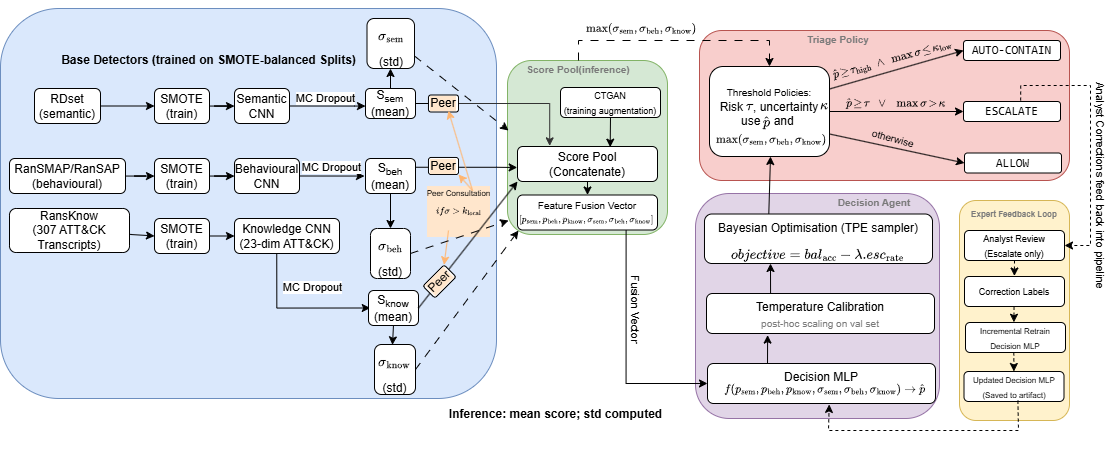
The draw.io diagram TIFS3_Submission/Figures/fig0_pipeline.png in Henrinnes/Agentic_SABRE, before a commit. Source tidied: cells renumbered, new cells last; positions are measured from the earlier drawing's top-left corner, leaving out a move shared by most shapes.
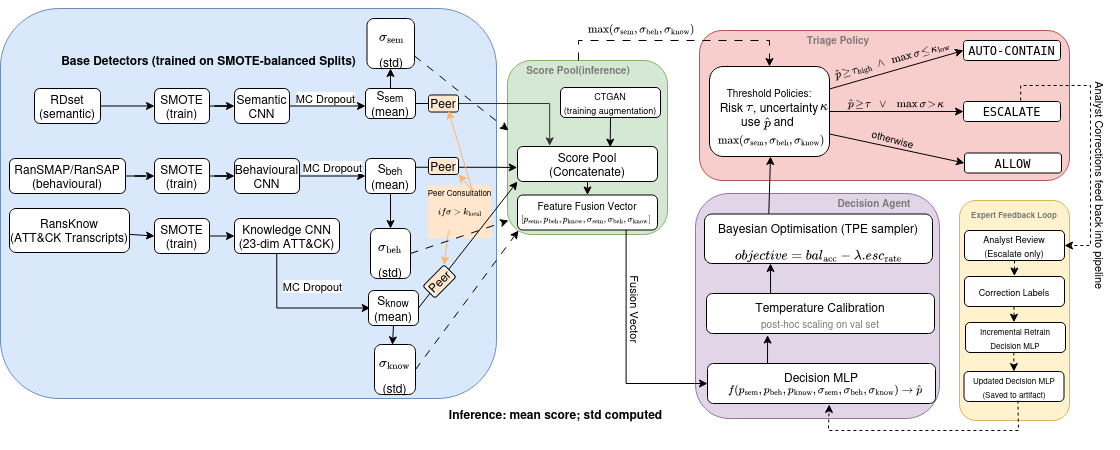
Later version of the same file.

Commit message:
Fix stale 307-transcript count in architecture diagram

Henry re-exported fig0_pipeline.png from draw.io with the stale "307
ATT&CK Transcripts" label removed from the RansKnow box (left over from
before this session's RansKnow retrain). The SMOTE box on the Knowledge
CNN branch is correctly retained, matching the code fix that added real
SMOTE balancing to the Knowledge Agent's training split.

Diff of the diagram source:
```diff
@@ -186,7 +186,7 @@
     <mxCell id="53" value="&lt;span style=&quot;font-size: 10px; text-wrap-mode: nowrap;&quot;&gt;$$\max(\sigma_{\text{sem}},\sigma_{\text{beh}}, \sigma_{\text{know}})$$&lt;/span&gt;" style="text;html=1;align=center;verticalAlign=middle;whiteSpace=wrap;rounded=0;rotation=0;" parent="2" vertex="1">
       <mxGeometry x="577" y="13" width="110" height="30" as="geometry" />
     </mxCell>
-    <mxCell id="54" value="&lt;div&gt;RansKnow&lt;/div&gt;(307 ATT&amp;amp;CK Transcripts)" style="rounded=1;whiteSpace=wrap;html=1;" parent="2" vertex="1">
+    <mxCell id="54" value="&lt;div&gt;RansKnow&lt;/div&gt;(ATT&amp;amp;CK Transcripts)" style="rounded=1;whiteSpace=wrap;html=1;" parent="2" vertex="1">
       <mxGeometry y="208" width="120" height="44" as="geometry" />
     </mxCell>
     <mxCell id="55" value="SMOTE&lt;div&gt;(train)&lt;/div&gt;" style="rounded=1;whiteSpace=wrap;html=1;" parent="2" vertex="1">
```
